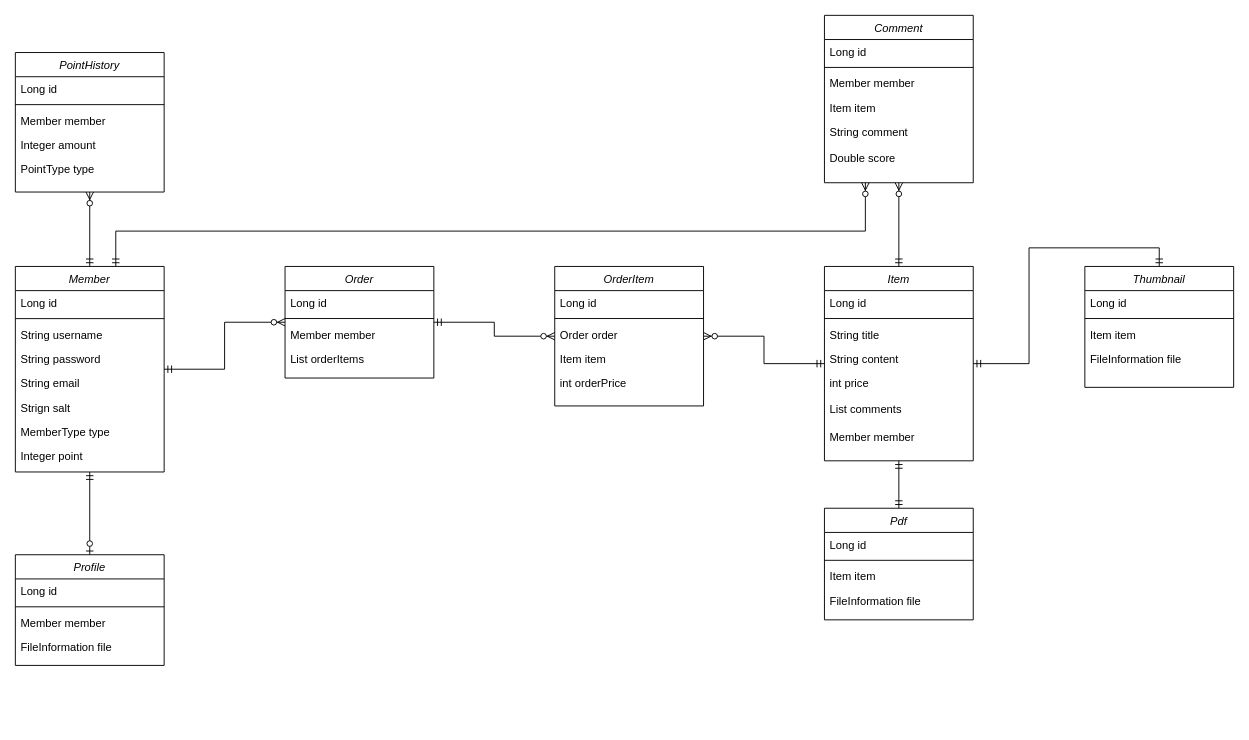
This is V2.0/PDFLO_V2.0_Entity_Diagram.drawio from travelbeeee/PDFLO, a draw.io file, before an edit. Source tidied: cells renumbered, new cells numbered last; positions are measured from the earlier drawing's top-left corner, leaving out a move shared by most shapes. Both pictures are drawn from the tidied source at 93%, with x=0, y=0 at pixel (15, 15).
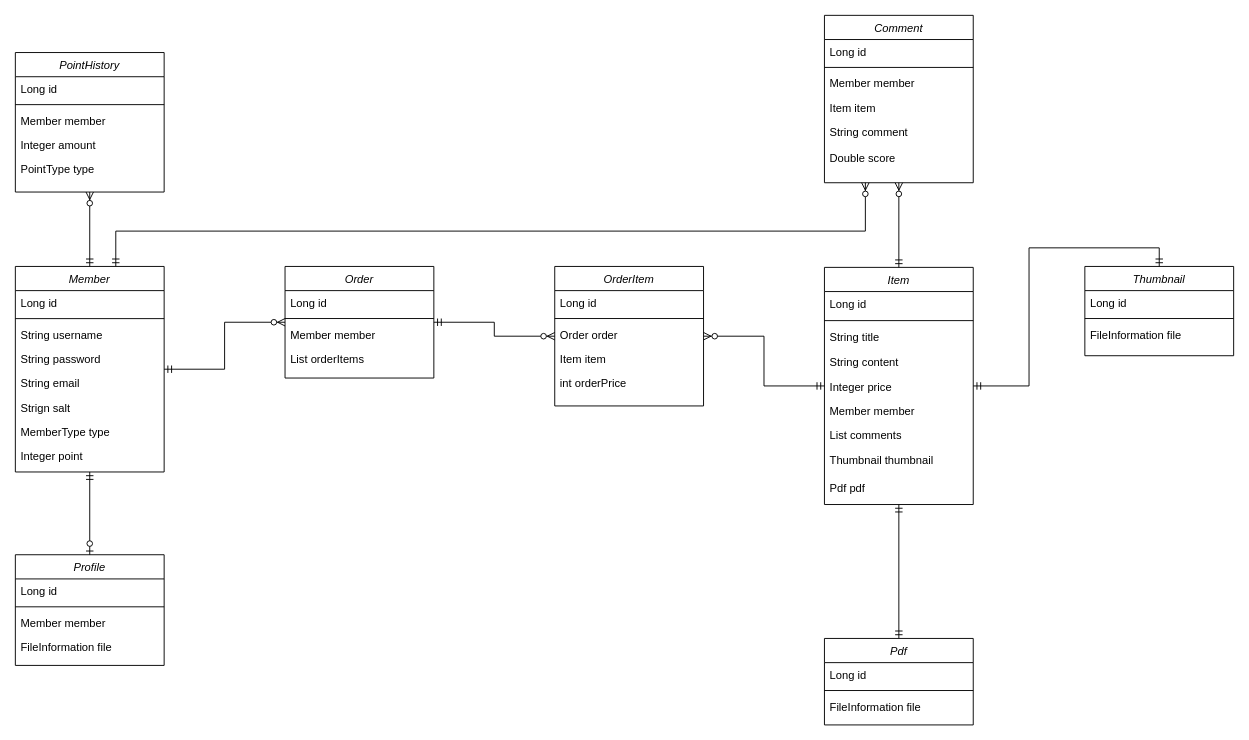
The same page after the edit.

Unchanged cells that the change refers to:
```xml
<mxCell id="48" style="group;" parent="1" vertex="1">
  <mxGeometry x="1150" y="270" width="160" height="220" as="geometry" />
</mxCell>
<mxCell id="64" style="group;" parent="63" vertex="1">
  <mxGeometry width="160" height="220" as="geometry" />
</mxCell>
```

The edit, as a diff of the source:
```diff
@@
     <mxCell id="49" value="Thumbnail" style="swimlane;fontStyle=2;align=center;verticalAlign=top;horizontal=1;startSize=26;rounded=0;shadow=0;strokeWidth=1;" parent="48" vertex="1">
-      <mxGeometry width="160" height="130" as="geometry" />
+      <mxGeometry width="160" height="96" as="geometry" />
     </mxCell>
@@
-    <mxCell id="52" value="Item item" style="text;align=left;verticalAlign=top;spacingLeft=4;spacingRight=4;overflow=hidden;rounded=0;shadow=0;html=0;" parent="49" vertex="1">
-      <mxGeometry y="60" width="160" height="26" as="geometry" />
-    </mxCell>
     <mxCell id="53" value="FileInformation file" style="text;align=left;verticalAlign=top;spacingLeft=4;spacingRight=4;overflow=hidden;rounded=0;shadow=0;html=0;" parent="49" vertex="1">
-      <mxGeometry y="86" width="160" height="26" as="geometry" />
+      <mxGeometry y="60" width="160" height="26" as="geometry" />
     </mxCell>
     <mxCell id="54" style="group;" parent="1" vertex="1">
-      <mxGeometry x="870" y="270" width="160" height="220" as="geometry" />
+      <mxGeometry x="870" y="271" width="160" height="255" as="geometry" />
     </mxCell>
     <mxCell id="55" style="group;" parent="54" vertex="1">
-      <mxGeometry width="160" height="220" as="geometry" />
+      <mxGeometry width="160" height="255" as="geometry" />
     </mxCell>
     <mxCell id="56" value="Item" style="swimlane;fontStyle=2;align=center;verticalAlign=top;horizontal=1;startSize=26;rounded=0;shadow=0;strokeWidth=1;" parent="55" vertex="1">
-      <mxGeometry width="160" height="209" as="geometry" />
+      <mxGeometry width="160" height="255" as="geometry" />
     </mxCell>
     <mxCell id="57" value="Long id" style="text;align=left;verticalAlign=top;spacingLeft=4;spacingRight=4;overflow=hidden;" parent="56" vertex="1">
-      <mxGeometry y="26" width="160" height="26" as="geometry" />
+      <mxGeometry y="26" width="160" height="27.1" as="geometry" />
     </mxCell>
     <mxCell id="58" style="line;html=1;strokeWidth=1;align=left;verticalAlign=middle;spacingTop=-1;spacingLeft=3;spacingRight=3;labelPosition=right;" parent="56" vertex="1">
-      <mxGeometry y="52" width="160" height="8" as="geometry" />
+      <mxGeometry y="53.1" width="160" height="8.3" as="geometry" />
     </mxCell>
     <mxCell id="59" value="String title" style="text;align=left;verticalAlign=top;spacingLeft=4;spacingRight=4;overflow=hidden;rounded=0;shadow=0;html=0;" parent="56" vertex="1">
-      <mxGeometry y="60" width="160" height="26" as="geometry" />
+      <mxGeometry y="61.4" width="160" height="27.1" as="geometry" />
     </mxCell>
     <mxCell id="60" value="String content" style="text;align=left;verticalAlign=top;spacingLeft=4;spacingRight=4;overflow=hidden;rounded=0;shadow=0;html=0;" parent="56" vertex="1">
-      <mxGeometry y="86" width="160" height="26" as="geometry" />
+      <mxGeometry y="88.5" width="160" height="27.1" as="geometry" />
     </mxCell>
-    <mxCell id="61" value="int price" style="text;align=left;verticalAlign=top;spacingLeft=4;spacingRight=4;overflow=hidden;rounded=0;shadow=0;html=0;" parent="55" vertex="1">
-      <mxGeometry y="112" width="160" height="26" as="geometry" />
-    </mxCell>
+    <mxCell id="81" value="Integer price" style="text;align=left;verticalAlign=top;spacingLeft=4;spacingRight=4;overflow=hidden;rounded=0;shadow=0;html=0;" parent="56" vertex="1">
+      <mxGeometry y="115.5" width="160" height="26" as="geometry" />
+    </mxCell>
+    <mxCell id="80" value="Member member" style="text;align=left;verticalAlign=top;spacingLeft=4;spacingRight=4;overflow=hidden;rounded=0;shadow=0;html=0;" parent="56" vertex="1">
+      <mxGeometry y="141.5" width="160" height="26" as="geometry" />
+    </mxCell>
-    <mxCell id="62" value="List comments" style="text;align=left;verticalAlign=top;spacingLeft=4;spacingRight=4;overflow=hidden;rounded=0;shadow=0;html=0;" parent="54" vertex="1">
-      <mxGeometry y="140" width="160" height="26" as="geometry" />
+    <mxCell id="62" value="List comments" style="text;align=left;verticalAlign=top;spacingLeft=4;spacingRight=4;overflow=hidden;rounded=0;shadow=0;html=0;" parent="56" vertex="1">
+      <mxGeometry y="167.5" width="160" height="26" as="geometry" />
     </mxCell>
     <mxCell id="63" style="group;" parent="1" vertex="1">
-      <mxGeometry x="870" y="530" width="160" height="220" as="geometry" />
+      <mxGeometry x="870" y="670" width="160" height="220" as="geometry" />
     </mxCell>
@@
     <mxCell id="65" value="Pdf" style="swimlane;fontStyle=2;align=center;verticalAlign=top;horizontal=1;startSize=26;rounded=0;shadow=0;strokeWidth=1;" parent="64" vertex="1">
-      <mxGeometry width="160" height="120" as="geometry" />
+      <mxGeometry width="160" height="93" as="geometry" />
     </mxCell>
@@
-    <mxCell id="68" value="Item item" style="text;align=left;verticalAlign=top;spacingLeft=4;spacingRight=4;overflow=hidden;rounded=0;shadow=0;html=0;" parent="65" vertex="1">
-      <mxGeometry y="60" width="160" height="26" as="geometry" />
-    </mxCell>
     <mxCell id="69" value="FileInformation file" style="text;align=left;verticalAlign=top;spacingLeft=4;spacingRight=4;overflow=hidden;rounded=0;shadow=0;html=0;" parent="65" vertex="1">
-      <mxGeometry y="86" width="160" height="26" as="geometry" />
+      <mxGeometry y="60" width="160" height="26" as="geometry" />
     </mxCell>
@@
-    <mxCell id="80" value="Member member" style="text;align=left;verticalAlign=top;spacingLeft=4;spacingRight=4;overflow=hidden;rounded=0;shadow=0;html=0;" parent="1" vertex="1">
-      <mxGeometry x="870" y="440" width="160" height="26" as="geometry" />
-    </mxCell>
+    <mxCell id="82" value="Thumbnail thumbnail" style="text;align=left;verticalAlign=top;spacingLeft=4;spacingRight=4;overflow=hidden;rounded=0;shadow=0;html=0;" parent="1" vertex="1">
+      <mxGeometry x="870" y="465" width="160" height="26" as="geometry" />
+    </mxCell>
+    <mxCell id="83" value="Pdf pdf" style="text;align=left;verticalAlign=top;spacingLeft=4;spacingRight=4;overflow=hidden;rounded=0;shadow=0;html=0;" parent="1" vertex="1">
+      <mxGeometry x="870" y="495" width="160" height="26" as="geometry" />
+    </mxCell>
```
